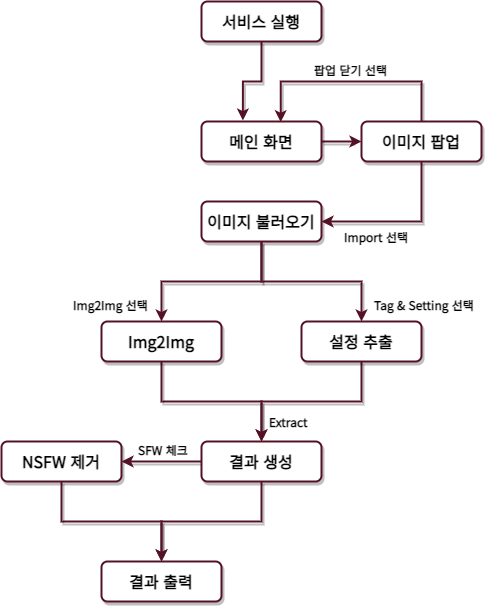
The draw.io diagram imgs/flow.png in Easy-Diffuser/Service, before a commit. Source tidied: cells renumbered, new cells last; positions are measured from the earlier drawing's top-left corner, leaving out a move shared by most shapes. The source it was exported from:
```xml
<mxGraphModel>
  <root>
    <mxCell id="0" />
    <mxCell id="1" parent="0" />
    <mxCell id="2" style="edgeStyle=orthogonalEdgeStyle;rounded=0;jettySize=auto;html=1;endArrow=none;endFill=0;strokeWidth=2;strokeColor=#541226;shadow=1;labelBackgroundColor=default;exitX=0.66;exitY=0.018;exitDx=0;exitDy=0;exitPerimeter=0;startArrow=classic;startFill=1;" parent="1" edge="1" source="19">
      <mxGeometry relative="1" as="geometry">
        <mxPoint x="420" y="121" as="targetPoint" />
        <Array as="points">
          <mxPoint x="279" y="80" />
          <mxPoint x="420" y="80" />
        </Array>
      </mxGeometry>
    </mxCell>
    <mxCell id="3" style="edgeStyle=orthogonalEdgeStyle;rounded=0;jettySize=auto;html=1;endArrow=classic;endFill=1;strokeWidth=2;strokeColor=#541226;shadow=1;labelBackgroundColor=default;exitX=0.5;exitY=1;exitDx=0;exitDy=0;entryX=0.345;entryY=-0.025;entryDx=0;entryDy=0;entryPerimeter=0;startArrow=none;startFill=0;" parent="1" edge="1" source="4" target="19">
      <mxGeometry relative="1" as="geometry" />
    </mxCell>
    <mxCell id="4" value="&lt;font face=&quot;Noto Sans KR&quot;&gt;&lt;span style=&quot;font-size: 16px;&quot;&gt;&lt;b&gt;서비스 실행&lt;/b&gt;&lt;/span&gt;&lt;/font&gt;" style="rounded=1;whiteSpace=wrap;html=1;strokeWidth=2;strokeColor=#541226;shadow=1;labelBackgroundColor=default;" parent="1" vertex="1">
      <mxGeometry x="200" width="120" height="40" as="geometry" />
    </mxCell>
    <mxCell id="5" value="&lt;font face=&quot;Noto Sans KR&quot;&gt;&lt;span style=&quot;font-size: 16px;&quot;&gt;&lt;b&gt;이미지 불러오기&lt;/b&gt;&lt;/span&gt;&lt;/font&gt;" style="rounded=1;whiteSpace=wrap;html=1;strokeWidth=2;strokeColor=#541226;shadow=1;labelBackgroundColor=default;" parent="1" vertex="1">
      <mxGeometry x="200" y="200" width="120" height="40" as="geometry" />
    </mxCell>
    <mxCell id="6" value="&lt;font face=&quot;Noto Sans KR&quot;&gt;&lt;span style=&quot;font-size: 16px;&quot;&gt;&lt;b&gt;NSFW 제거&lt;br&gt;&lt;/b&gt;&lt;/span&gt;&lt;/font&gt;" style="rounded=1;whiteSpace=wrap;html=1;strokeWidth=2;strokeColor=#541226;shadow=1;labelBackgroundColor=default;" parent="1" vertex="1">
      <mxGeometry y="440" width="120" height="40" as="geometry" />
    </mxCell>
    <mxCell id="7" style="edgeStyle=orthogonalEdgeStyle;rounded=0;jettySize=auto;html=1;endArrow=none;endFill=0;strokeWidth=2;strokeColor=#541226;shadow=1;labelBackgroundColor=default;startArrow=classic;startFill=1;" parent="1" edge="1" source="9" target="5">
      <mxGeometry relative="1" as="geometry" />
    </mxCell>
    <mxCell id="8" style="edgeStyle=orthogonalEdgeStyle;rounded=0;jettySize=auto;html=1;endArrow=classic;endFill=1;strokeWidth=2;strokeColor=#541226;shadow=1;labelBackgroundColor=default;startArrow=none;startFill=0;" parent="1" edge="1" source="9" target="14">
      <mxGeometry relative="1" as="geometry" />
    </mxCell>
    <mxCell id="9" value="&lt;font face=&quot;Noto Sans KR&quot;&gt;&lt;span style=&quot;font-size: 16px;&quot;&gt;&lt;b&gt;Img2Img&lt;/b&gt;&lt;/span&gt;&lt;/font&gt;" style="rounded=1;whiteSpace=wrap;html=1;strokeWidth=2;strokeColor=#541226;shadow=1;labelBackgroundColor=default;" parent="1" vertex="1">
      <mxGeometry x="100" y="320" width="120" height="40" as="geometry" />
    </mxCell>
    <mxCell id="10" style="edgeStyle=orthogonalEdgeStyle;rounded=0;jettySize=auto;html=1;endArrow=none;endFill=0;strokeWidth=2;strokeColor=#541226;shadow=1;labelBackgroundColor=default;startArrow=classic;startFill=1;" parent="1" edge="1" source="12" target="5">
      <mxGeometry relative="1" as="geometry" />
    </mxCell>
    <mxCell id="11" style="edgeStyle=orthogonalEdgeStyle;rounded=0;jettySize=auto;html=1;endArrow=classic;endFill=1;strokeWidth=2;strokeColor=#541226;shadow=1;labelBackgroundColor=default;startArrow=none;startFill=0;" parent="1" edge="1" source="12" target="14">
      <mxGeometry relative="1" as="geometry" />
    </mxCell>
    <mxCell id="12" value="&lt;font face=&quot;Noto Sans KR&quot;&gt;&lt;span style=&quot;font-size: 16px;&quot;&gt;&lt;b&gt;설정 추출&lt;/b&gt;&lt;/span&gt;&lt;/font&gt;" style="rounded=1;whiteSpace=wrap;html=1;strokeWidth=2;strokeColor=#541226;shadow=1;labelBackgroundColor=default;" parent="1" vertex="1">
      <mxGeometry x="300" y="320" width="120" height="40" as="geometry" />
    </mxCell>
    <mxCell id="13" style="edgeStyle=orthogonalEdgeStyle;rounded=0;jettySize=auto;html=1;endArrow=classic;endFill=1;strokeWidth=2;strokeColor=#541226;shadow=1;labelBackgroundColor=default;startArrow=none;startFill=0;" parent="1" edge="1" source="14" target="6">
      <mxGeometry relative="1" as="geometry" />
    </mxCell>
    <mxCell id="14" value="&lt;font face=&quot;Noto Sans KR&quot;&gt;&lt;span style=&quot;font-size: 16px;&quot;&gt;&lt;b&gt;결과 생성&lt;/b&gt;&lt;/span&gt;&lt;/font&gt;" style="rounded=1;whiteSpace=wrap;html=1;strokeWidth=2;strokeColor=#541226;shadow=1;labelBackgroundColor=default;" parent="1" vertex="1">
      <mxGeometry x="200" y="440" width="120" height="40" as="geometry" />
    </mxCell>
    <mxCell id="15" style="edgeStyle=orthogonalEdgeStyle;rounded=0;jettySize=auto;html=1;endArrow=none;endFill=0;strokeWidth=2;strokeColor=#541226;shadow=1;labelBackgroundColor=default;entryX=0.5;entryY=1;entryDx=0;entryDy=0;startArrow=classic;startFill=1;" parent="1" edge="1" source="16" target="14">
      <mxGeometry relative="1" as="geometry" />
    </mxCell>
    <mxCell id="16" value="&lt;font face=&quot;Noto Sans KR&quot;&gt;&lt;span style=&quot;font-size: 16px;&quot;&gt;&lt;b&gt;결과 출력&lt;br&gt;&lt;/b&gt;&lt;/span&gt;&lt;/font&gt;" style="rounded=1;whiteSpace=wrap;html=1;strokeWidth=2;strokeColor=#541226;shadow=1;labelBackgroundColor=default;" parent="1" vertex="1">
      <mxGeometry x="100" y="560" width="120" height="40" as="geometry" />
    </mxCell>
    <mxCell id="17" style="edgeStyle=orthogonalEdgeStyle;rounded=0;jettySize=auto;html=1;endArrow=none;endFill=0;strokeWidth=2;strokeColor=#541226;shadow=1;labelBackgroundColor=default;exitX=0.5;exitY=0;exitDx=0;exitDy=0;startArrow=classic;startFill=1;" parent="1" edge="1" source="16" target="6">
      <mxGeometry relative="1" as="geometry" />
    </mxCell>
    <mxCell id="18" style="edgeStyle=orthogonalEdgeStyle;rounded=0;jettySize=auto;html=1;endArrow=classic;endFill=1;strokeWidth=2;strokeColor=#541226;shadow=1;labelBackgroundColor=default;startArrow=none;startFill=0;entryX=0;entryY=0.5;entryDx=0;entryDy=0;" parent="1" edge="1" source="19" target="20">
      <mxGeometry relative="1" as="geometry" />
    </mxCell>
    <mxCell id="19" value="&lt;font face=&quot;Noto Sans KR&quot;&gt;&lt;span style=&quot;font-size: 16px;&quot;&gt;&lt;b&gt;메인 화면&lt;/b&gt;&lt;/span&gt;&lt;/font&gt;" style="rounded=1;whiteSpace=wrap;html=1;strokeWidth=2;strokeColor=#541226;shadow=1;labelBackgroundColor=default;" parent="1" vertex="1">
      <mxGeometry x="200" y="120" width="120" height="40" as="geometry" />
    </mxCell>
    <mxCell id="20" value="&lt;font face=&quot;Noto Sans KR&quot;&gt;&lt;span style=&quot;font-size: 16px;&quot;&gt;&lt;b&gt;이미지 팝업&lt;/b&gt;&lt;/span&gt;&lt;/font&gt;" style="rounded=1;whiteSpace=wrap;html=1;strokeWidth=2;strokeColor=#541226;shadow=1;labelBackgroundColor=default;" parent="1" vertex="1">
      <mxGeometry x="360" y="120" width="120" height="40" as="geometry" />
    </mxCell>
    <mxCell id="21" style="edgeStyle=orthogonalEdgeStyle;rounded=0;jettySize=auto;html=1;endArrow=none;endFill=0;strokeWidth=2;strokeColor=#541226;shadow=1;labelBackgroundColor=default;exitX=1;exitY=0.5;exitDx=0;exitDy=0;startArrow=classic;startFill=1;" parent="1" edge="1" source="5" target="20">
      <mxGeometry relative="1" as="geometry" />
    </mxCell>
    <mxCell id="22" value="&lt;b style=&quot;border-color: var(--border-color); color: rgb(0, 0, 0); font-family: &amp;quot;Noto Sans KR&amp;quot;; font-style: normal; font-variant-ligatures: normal; font-variant-caps: normal; letter-spacing: normal; orphans: 2; text-align: center; text-indent: 0px; text-transform: none; widows: 2; word-spacing: 0px; -webkit-text-stroke-width: 0px; background-color: rgb(255, 255, 255); text-decoration-thickness: initial; text-decoration-style: initial; text-decoration-color: initial;&quot;&gt;&lt;font style=&quot;font-size: 12px;&quot;&gt;팝업 닫기 선택&lt;/font&gt;&lt;/b&gt;" style="text;whiteSpace=wrap;html=1;strokeColor=none;" parent="1" vertex="1">
      <mxGeometry x="311" y="55" width="90" height="20" as="geometry" />
    </mxCell>
    <mxCell id="23" value="&lt;b style=&quot;border-color: var(--border-color); color: rgb(0, 0, 0); font-family: &amp;quot;Noto Sans KR&amp;quot;; font-style: normal; font-variant-ligatures: normal; font-variant-caps: normal; letter-spacing: normal; orphans: 2; text-align: center; text-indent: 0px; text-transform: none; widows: 2; word-spacing: 0px; -webkit-text-stroke-width: 0px; background-color: rgb(255, 255, 255); text-decoration-thickness: initial; text-decoration-style: initial; text-decoration-color: initial;&quot;&gt;&lt;font style=&quot;font-size: 12px;&quot;&gt;Import 선택&lt;/font&gt;&lt;/b&gt;" style="text;whiteSpace=wrap;html=1;strokeColor=none;" parent="1" vertex="1">
      <mxGeometry x="341" y="222" width="75" height="18" as="geometry" />
    </mxCell>
    <mxCell id="24" value="&lt;div style=&quot;text-align: center;&quot;&gt;&lt;font face=&quot;Noto Sans KR&quot;&gt;&lt;span style=&quot;background-color: rgb(255, 255, 255);&quot;&gt;&lt;b&gt;Img2Img 선택&lt;/b&gt;&lt;/span&gt;&lt;/font&gt;&lt;/div&gt;" style="text;whiteSpace=wrap;html=1;strokeColor=none;glass=1;" parent="1" vertex="1">
      <mxGeometry x="70" y="290" width="80" height="18" as="geometry" />
    </mxCell>
    <mxCell id="25" value="&lt;b style=&quot;border-color: var(--border-color); color: rgb(0, 0, 0); font-family: &amp;quot;Noto Sans KR&amp;quot;; font-style: normal; font-variant-ligatures: normal; font-variant-caps: normal; letter-spacing: normal; orphans: 2; text-align: center; text-indent: 0px; text-transform: none; widows: 2; word-spacing: 0px; -webkit-text-stroke-width: 0px; background-color: rgb(255, 255, 255); text-decoration-thickness: initial; text-decoration-style: initial; text-decoration-color: initial;&quot;&gt;&lt;font style=&quot;font-size: 12px;&quot;&gt;Tag &amp;amp; Setting 선택&lt;/font&gt;&lt;/b&gt;" style="text;whiteSpace=wrap;html=1;strokeColor=none;" parent="1" vertex="1">
      <mxGeometry x="371" y="290" width="109" height="18" as="geometry" />
    </mxCell>
    <mxCell id="26" value="&lt;b style=&quot;border-color: var(--border-color); color: rgb(0, 0, 0); font-family: &amp;quot;Noto Sans KR&amp;quot;; font-style: normal; font-variant-ligatures: normal; font-variant-caps: normal; letter-spacing: normal; orphans: 2; text-align: center; text-indent: 0px; text-transform: none; widows: 2; word-spacing: 0px; -webkit-text-stroke-width: 0px; background-color: rgb(255, 255, 255); text-decoration-thickness: initial; text-decoration-style: initial; text-decoration-color: initial;&quot;&gt;&lt;font style=&quot;font-size: 12px;&quot;&gt;Extract&lt;/font&gt;&lt;/b&gt;" style="text;whiteSpace=wrap;html=1;strokeColor=none;" parent="1" vertex="1">
      <mxGeometry x="266" y="407" width="75" height="18" as="geometry" />
    </mxCell>
    <mxCell id="27" value="&lt;b style=&quot;border-color: var(--border-color); color: rgb(0, 0, 0); font-family: &amp;quot;Noto Sans KR&amp;quot;; font-style: normal; font-variant-ligatures: normal; font-variant-caps: normal; letter-spacing: normal; orphans: 2; text-align: center; text-indent: 0px; text-transform: none; widows: 2; word-spacing: 0px; -webkit-text-stroke-width: 0px; background-color: rgb(255, 255, 255); text-decoration-thickness: initial; text-decoration-style: initial; text-decoration-color: initial;&quot;&gt;&lt;font style=&quot;font-size: 12px;&quot;&gt;SFW 체크&amp;nbsp;&lt;/font&gt;&lt;/b&gt;" style="text;whiteSpace=wrap;html=1;strokeColor=none;" parent="1" vertex="1">
      <mxGeometry x="135" y="435" width="75" height="18" as="geometry" />
    </mxCell>
  </root>
</mxGraphModel>
```
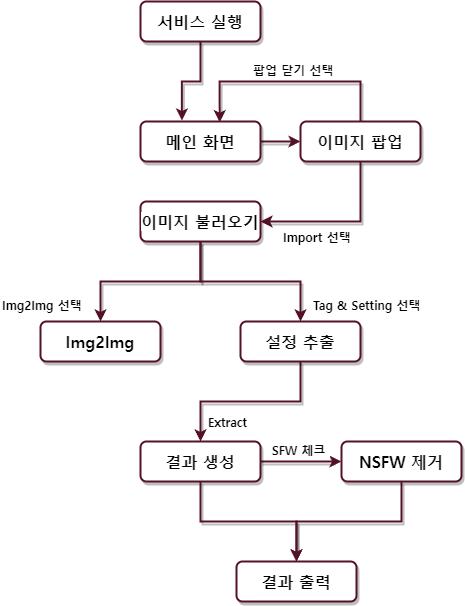
After the change.

Commit message:
fix(documentation): fix flow diagram

Change to the diagram source:
```diff
@@ -21,14 +21,11 @@
       <mxGeometry x="200" y="200" width="120" height="40" as="geometry" />
     </mxCell>
     <mxCell id="6" value="&lt;font face=&quot;Noto Sans KR&quot;&gt;&lt;span style=&quot;font-size: 16px;&quot;&gt;&lt;b&gt;NSFW 제거&lt;br&gt;&lt;/b&gt;&lt;/span&gt;&lt;/font&gt;" style="rounded=1;whiteSpace=wrap;html=1;strokeWidth=2;strokeColor=#541226;shadow=1;labelBackgroundColor=default;" parent="1" vertex="1">
-      <mxGeometry y="440" width="120" height="40" as="geometry" />
+      <mxGeometry x="401" y="440" width="120" height="40" as="geometry" />
     </mxCell>
     <mxCell id="7" style="edgeStyle=orthogonalEdgeStyle;rounded=0;jettySize=auto;html=1;endArrow=none;endFill=0;strokeWidth=2;strokeColor=#541226;shadow=1;labelBackgroundColor=default;startArrow=classic;startFill=1;" parent="1" edge="1" source="9" target="5">
       <mxGeometry relative="1" as="geometry" />
     </mxCell>
-    <mxCell id="8" style="edgeStyle=orthogonalEdgeStyle;rounded=0;jettySize=auto;html=1;endArrow=classic;endFill=1;strokeWidth=2;strokeColor=#541226;shadow=1;labelBackgroundColor=default;startArrow=none;startFill=0;" parent="1" edge="1" source="9" target="14">
-      <mxGeometry relative="1" as="geometry" />
-    </mxCell>
     <mxCell id="9" value="&lt;font face=&quot;Noto Sans KR&quot;&gt;&lt;span style=&quot;font-size: 16px;&quot;&gt;&lt;b&gt;Img2Img&lt;/b&gt;&lt;/span&gt;&lt;/font&gt;" style="rounded=1;whiteSpace=wrap;html=1;strokeWidth=2;strokeColor=#541226;shadow=1;labelBackgroundColor=default;" parent="1" vertex="1">
       <mxGeometry x="100" y="320" width="120" height="40" as="geometry" />
     </mxCell>
@@ -51,7 +48,7 @@
       <mxGeometry relative="1" as="geometry" />
     </mxCell>
     <mxCell id="16" value="&lt;font face=&quot;Noto Sans KR&quot;&gt;&lt;span style=&quot;font-size: 16px;&quot;&gt;&lt;b&gt;결과 출력&lt;br&gt;&lt;/b&gt;&lt;/span&gt;&lt;/font&gt;" style="rounded=1;whiteSpace=wrap;html=1;strokeWidth=2;strokeColor=#541226;shadow=1;labelBackgroundColor=default;" parent="1" vertex="1">
-      <mxGeometry x="100" y="560" width="120" height="40" as="geometry" />
+      <mxGeometry x="296" y="560" width="120" height="40" as="geometry" />
     </mxCell>
     <mxCell id="17" style="edgeStyle=orthogonalEdgeStyle;rounded=0;jettySize=auto;html=1;endArrow=none;endFill=0;strokeWidth=2;strokeColor=#541226;shadow=1;labelBackgroundColor=default;exitX=0.5;exitY=0;exitDx=0;exitDy=0;startArrow=classic;startFill=1;" parent="1" edge="1" source="16" target="6">
       <mxGeometry relative="1" as="geometry" />
@@ -75,16 +72,16 @@
       <mxGeometry x="341" y="222" width="75" height="18" as="geometry" />
     </mxCell>
     <mxCell id="24" value="&lt;div style=&quot;text-align: center;&quot;&gt;&lt;font face=&quot;Noto Sans KR&quot;&gt;&lt;span style=&quot;background-color: rgb(255, 255, 255);&quot;&gt;&lt;b&gt;Img2Img 선택&lt;/b&gt;&lt;/span&gt;&lt;/font&gt;&lt;/div&gt;" style="text;whiteSpace=wrap;html=1;strokeColor=none;glass=1;" parent="1" vertex="1">
-      <mxGeometry x="70" y="290" width="80" height="18" as="geometry" />
+      <mxGeometry x="60" y="290" width="90" height="18" as="geometry" />
     </mxCell>
     <mxCell id="25" value="&lt;b style=&quot;border-color: var(--border-color); color: rgb(0, 0, 0); font-family: &amp;quot;Noto Sans KR&amp;quot;; font-style: normal; font-variant-ligatures: normal; font-variant-caps: normal; letter-spacing: normal; orphans: 2; text-align: center; text-indent: 0px; text-transform: none; widows: 2; word-spacing: 0px; -webkit-text-stroke-width: 0px; background-color: rgb(255, 255, 255); text-decoration-thickness: initial; text-decoration-style: initial; text-decoration-color: initial;&quot;&gt;&lt;font style=&quot;font-size: 12px;&quot;&gt;Tag &amp;amp; Setting 선택&lt;/font&gt;&lt;/b&gt;" style="text;whiteSpace=wrap;html=1;strokeColor=none;" parent="1" vertex="1">
-      <mxGeometry x="371" y="290" width="109" height="18" as="geometry" />
+      <mxGeometry x="371" y="290" width="129" height="18" as="geometry" />
     </mxCell>
     <mxCell id="26" value="&lt;b style=&quot;border-color: var(--border-color); color: rgb(0, 0, 0); font-family: &amp;quot;Noto Sans KR&amp;quot;; font-style: normal; font-variant-ligatures: normal; font-variant-caps: normal; letter-spacing: normal; orphans: 2; text-align: center; text-indent: 0px; text-transform: none; widows: 2; word-spacing: 0px; -webkit-text-stroke-width: 0px; background-color: rgb(255, 255, 255); text-decoration-thickness: initial; text-decoration-style: initial; text-decoration-color: initial;&quot;&gt;&lt;font style=&quot;font-size: 12px;&quot;&gt;Extract&lt;/font&gt;&lt;/b&gt;" style="text;whiteSpace=wrap;html=1;strokeColor=none;" parent="1" vertex="1">
       <mxGeometry x="266" y="407" width="75" height="18" as="geometry" />
     </mxCell>
     <mxCell id="27" value="&lt;b style=&quot;border-color: var(--border-color); color: rgb(0, 0, 0); font-family: &amp;quot;Noto Sans KR&amp;quot;; font-style: normal; font-variant-ligatures: normal; font-variant-caps: normal; letter-spacing: normal; orphans: 2; text-align: center; text-indent: 0px; text-transform: none; widows: 2; word-spacing: 0px; -webkit-text-stroke-width: 0px; background-color: rgb(255, 255, 255); text-decoration-thickness: initial; text-decoration-style: initial; text-decoration-color: initial;&quot;&gt;&lt;font style=&quot;font-size: 12px;&quot;&gt;SFW 체크&amp;nbsp;&lt;/font&gt;&lt;/b&gt;" style="text;whiteSpace=wrap;html=1;strokeColor=none;" parent="1" vertex="1">
-      <mxGeometry x="135" y="435" width="75" height="18" as="geometry" />
+      <mxGeometry x="330" y="435" width="75" height="18" as="geometry" />
     </mxCell>
   </root>
 </mxGraphModel>
```
